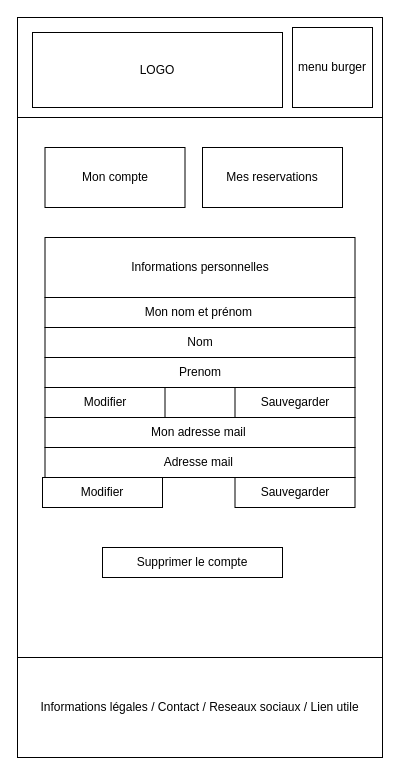
This is page "Mon compte" (4 of 9) of doc/wireframe_mobile.drawio from SeguierJonathan/ZombieLand, a draw.io file, before an edit. Source tidied: cells renumbered, new cells numbered last; positions are measured from the earlier drawing's top-left corner, leaving out a move shared by most shapes. Both pictures are drawn from the tidied source at 100%, with x=0, y=0 at pixel (17, 17).
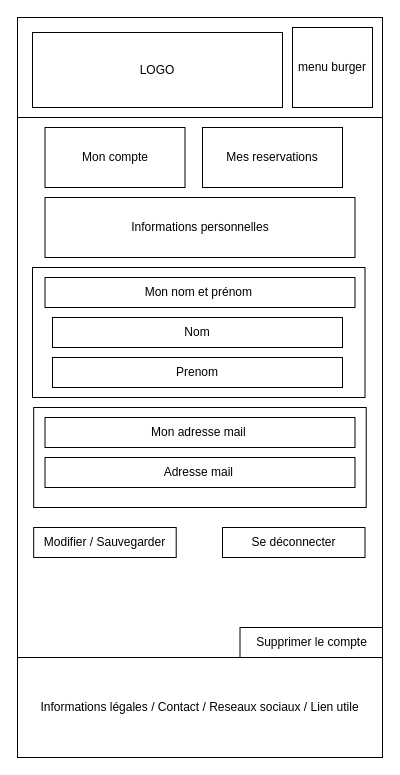
After the change.

Change to the diagram source:
```diff
@@
 <mxGraphModel>
   <root>
     <mxCell id="0" />
     <mxCell id="1" parent="0" />
     <mxCell id="2" style="rounded=0;whiteSpace=wrap;html=1;" parent="1" vertex="1">
       <mxGeometry width="365" height="740" as="geometry" />
     </mxCell>
+    <mxCell id="20" style="rounded=0;whiteSpace=wrap;html=1;" parent="1" vertex="1">
+      <mxGeometry x="16.2" y="390" width="332.5" height="100" as="geometry" />
+    </mxCell>
+    <mxCell id="21" style="rounded=0;whiteSpace=wrap;html=1;" parent="1" vertex="1">
+      <mxGeometry x="15" y="250" width="332.5" height="130" as="geometry" />
+    </mxCell>
     <mxCell id="3" value="Informations légales / Contact / Reseaux sociaux / Lien utile" style="rounded=0;whiteSpace=wrap;html=1;" parent="1" vertex="1">
       <mxGeometry y="640" width="365" height="100" as="geometry" />
     </mxCell>
     <mxCell id="4" style="rounded=0;whiteSpace=wrap;html=1;" parent="1" vertex="1">
       <mxGeometry width="365" height="100" as="geometry" />
     </mxCell>
     <mxCell id="5" value="LOGO" style="rounded=0;whiteSpace=wrap;html=1;" parent="1" vertex="1">
       <mxGeometry x="15" y="15" width="250" height="75" as="geometry" />
     </mxCell>
     <mxCell id="6" value="menu burger" style="rounded=0;whiteSpace=wrap;html=1;" parent="1" vertex="1">
       <mxGeometry x="275" y="10" width="80" height="80" as="geometry" />
     </mxCell>
     <mxCell id="7" value="Informations personnelles" style="rounded=0;whiteSpace=wrap;html=1;" parent="1" vertex="1">
-      <mxGeometry x="27.5" y="220" width="310" height="60" as="geometry" />
+      <mxGeometry x="27.5" y="180" width="310" height="60" as="geometry" />
     </mxCell>
     <mxCell id="8" value="Mon nom et prénom&amp;nbsp;" style="rounded=0;whiteSpace=wrap;html=1;" parent="1" vertex="1">
-      <mxGeometry x="27.5" y="280" width="310" height="30" as="geometry" />
+      <mxGeometry x="27.5" y="260" width="310" height="30" as="geometry" />
     </mxCell>
     <mxCell id="9" value="Mon adresse mail&amp;nbsp;" style="rounded=0;whiteSpace=wrap;html=1;" parent="1" vertex="1">
       <mxGeometry x="27.5" y="400" width="310" height="30" as="geometry" />
     </mxCell>
     <mxCell id="10" value="Adresse mail&amp;nbsp;" style="rounded=0;whiteSpace=wrap;html=1;" parent="1" vertex="1">
-      <mxGeometry x="27.5" y="430" width="310" height="30" as="geometry" />
+      <mxGeometry x="27.5" y="440" width="310" height="30" as="geometry" />
     </mxCell>
     <mxCell id="11" value="Nom" style="rounded=0;whiteSpace=wrap;html=1;" parent="1" vertex="1">
-      <mxGeometry x="27.5" y="310" width="310" height="30" as="geometry" />
+      <mxGeometry x="35" y="300" width="290" height="30" as="geometry" />
     </mxCell>
-    <mxCell id="12" value="Modifier" style="rounded=0;whiteSpace=wrap;html=1;" parent="1" vertex="1">
-      <mxGeometry x="27.5" y="370" width="120" height="30" as="geometry" />
+    <mxCell id="12" value="Modifier / Sauvegarder" style="rounded=0;whiteSpace=wrap;html=1;" parent="1" vertex="1">
+      <mxGeometry x="16.2" y="510" width="142.5" height="30" as="geometry" />
     </mxCell>
-    <mxCell id="13" value="Modifier" style="rounded=0;whiteSpace=wrap;html=1;" parent="1" vertex="1">
-      <mxGeometry x="25" y="460" width="120" height="30" as="geometry" />
-    </mxCell>
     <mxCell id="14" value="Supprimer le compte" style="rounded=0;whiteSpace=wrap;html=1;" parent="1" vertex="1">
-      <mxGeometry x="85" y="530" width="180" height="30" as="geometry" />
+      <mxGeometry x="222.5" y="610" width="142.5" height="30" as="geometry" />
     </mxCell>
     <mxCell id="15" value="Prenom" style="rounded=0;whiteSpace=wrap;html=1;" parent="1" vertex="1">
-      <mxGeometry x="27.5" y="340" width="310" height="30" as="geometry" />
+      <mxGeometry x="35" y="340" width="290" height="30" as="geometry" />
     </mxCell>
-    <mxCell id="16" value="Sauvegarder" style="rounded=0;whiteSpace=wrap;html=1;" parent="1" vertex="1">
-      <mxGeometry x="217.5" y="370" width="120" height="30" as="geometry" />
-    </mxCell>
-    <mxCell id="17" value="Sauvegarder" style="rounded=0;whiteSpace=wrap;html=1;" parent="1" vertex="1">
-      <mxGeometry x="217.5" y="460" width="120" height="30" as="geometry" />
-    </mxCell>
     <mxCell id="18" value="Mes reservations" style="rounded=0;whiteSpace=wrap;html=1;" parent="1" vertex="1">
-      <mxGeometry x="185" y="130" width="140" height="60" as="geometry" />
+      <mxGeometry x="185" y="110" width="140" height="60" as="geometry" />
     </mxCell>
     <mxCell id="19" value="Mon compte" style="rounded=0;whiteSpace=wrap;html=1;" parent="1" vertex="1">
-      <mxGeometry x="27.5" y="130" width="140" height="60" as="geometry" />
+      <mxGeometry x="27.5" y="110" width="140" height="60" as="geometry" />
     </mxCell>
+    <mxCell id="22" value="Se déconnecter" style="rounded=0;whiteSpace=wrap;html=1;" parent="1" vertex="1">
+      <mxGeometry x="205" y="510" width="142.5" height="30" as="geometry" />
+    </mxCell>
   </root>
 </mxGraphModel>
```
